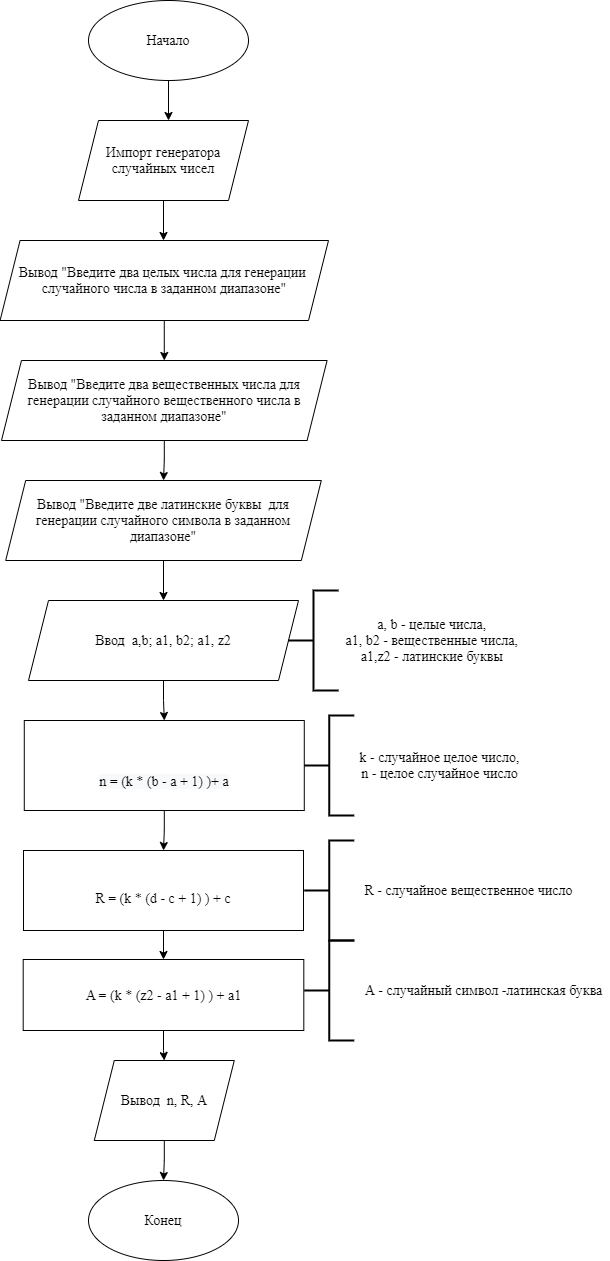
Above: DZ4.png in EkaterinaVrublevskaia/AlgorithmPython- (draw.io), before the change. Source tidied: cells renumbered, new cells last; positions are measured from the earlier drawing's top-left corner, leaving out a move shared by most shapes.
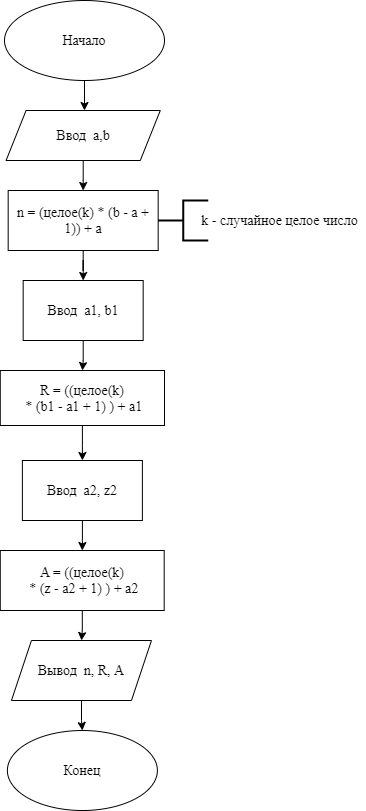
The same file after the commit.

Diff of the diagram source:
```diff
@@ -4,97 +4,64 @@
     <mxCell id="1" parent="0" />
     <mxCell id="2" style="edgeStyle=orthogonalEdgeStyle;rounded=0;jettySize=auto;html=1;fontFamily=Times New Roman;fontSize=14;" parent="1" edge="1" source="3">
       <mxGeometry relative="1" as="geometry">
-        <mxPoint x="168" y="120" as="targetPoint" />
+        <mxPoint x="168" y="110" as="targetPoint" />
       </mxGeometry>
     </mxCell>
     <mxCell id="3" value="&lt;font face=&quot;Times New Roman&quot; style=&quot;font-size: 14px&quot;&gt;Начало&lt;/font&gt;" style="ellipse;whiteSpace=wrap;html=1;fontFamily=Times New Roman;fontSize=14;" parent="1" vertex="1">
       <mxGeometry x="88" width="160" height="80" as="geometry" />
     </mxCell>
-    <mxCell id="4" style="edgeStyle=orthogonalEdgeStyle;rounded=0;jettySize=auto;html=1;fontFamily=Times New Roman;fontSize=14;" parent="1" edge="1" source="5">
-      <mxGeometry relative="1" as="geometry">
-        <mxPoint x="163" y="240" as="targetPoint" />
-      </mxGeometry>
-    </mxCell>
-    <mxCell id="5" value="Импорт генератора случайных чисел" style="shape=parallelogram;perimeter=parallelogramPerimeter;whiteSpace=wrap;html=1;fixedSize=1;fontFamily=Times New Roman;fontSize=14;" parent="1" vertex="1">
-      <mxGeometry x="78" y="120" width="170" height="80" as="geometry" />
-    </mxCell>
-    <mxCell id="6" style="edgeStyle=orthogonalEdgeStyle;rounded=0;jettySize=auto;html=1;fontFamily=Times New Roman;fontSize=14;" parent="1" edge="1" source="7" target="12">
-      <mxGeometry relative="1" as="geometry" />
-    </mxCell>
-    <mxCell id="7" value="Ввод&amp;nbsp; a,b; a1, b2; a1, z2" style="shape=parallelogram;perimeter=parallelogramPerimeter;whiteSpace=wrap;html=1;fixedSize=1;fontFamily=Times New Roman;fontSize=14;" parent="1" vertex="1">
-      <mxGeometry x="28" y="600" width="270" height="80" as="geometry" />
-    </mxCell>
     <mxCell id="8" style="edgeStyle=orthogonalEdgeStyle;rounded=0;jettySize=auto;html=1;entryX=0.5;entryY=0;entryDx=0;entryDy=0;fontFamily=Times New Roman;fontSize=14;" parent="1" edge="1" source="9" target="10">
       <mxGeometry relative="1" as="geometry" />
     </mxCell>
     <mxCell id="9" value="Вывод&amp;nbsp; n, R, A" style="shape=parallelogram;perimeter=parallelogramPerimeter;whiteSpace=wrap;html=1;fixedSize=1;fontFamily=Times New Roman;fontSize=14;" parent="1" vertex="1">
-      <mxGeometry x="93.8" y="1060" width="140" height="80" as="geometry" />
+      <mxGeometry x="94.9" y="640" width="140" height="60" as="geometry" />
     </mxCell>
     <mxCell id="10" value="Конец" style="ellipse;whiteSpace=wrap;html=1;fontFamily=Times New Roman;fontSize=14;" parent="1" vertex="1">
-      <mxGeometry x="88" y="1180" width="150" height="80" as="geometry" />
+      <mxGeometry x="90.9" y="730" width="150" height="80" as="geometry" />
     </mxCell>
-    <mxCell id="11" style="edgeStyle=orthogonalEdgeStyle;rounded=0;jettySize=auto;html=1;fontFamily=Times New Roman;fontSize=14;" parent="1" edge="1" source="12" target="20">
-      <mxGeometry relative="1" as="geometry" />
-    </mxCell>
-    <mxCell id="12" value="&lt;br&gt;&lt;br&gt;&lt;span style=&quot;color: rgb(0 , 0 , 0) ; font-family: &amp;#34;times new roman&amp;#34; ; font-size: 14px ; font-style: normal ; font-weight: 400 ; letter-spacing: normal ; text-align: center ; text-indent: 0px ; text-transform: none ; word-spacing: 0px ; background-color: rgb(248 , 249 , 250) ; display: inline ; float: none&quot;&gt;n =&amp;nbsp;(k * (b - a + 1) )+ a&lt;/span&gt;&lt;br&gt;" style="rounded=0;whiteSpace=wrap;html=1;fontFamily=Times New Roman;fontSize=14;" parent="1" vertex="1">
-      <mxGeometry x="23.8" y="720" width="280" height="90" as="geometry" />
-    </mxCell>
-    <mxCell id="13" style="edgeStyle=orthogonalEdgeStyle;rounded=0;jettySize=auto;html=1;fontFamily=Times New Roman;fontSize=14;" parent="1" edge="1" source="14" target="16">
-      <mxGeometry relative="1" as="geometry" />
-    </mxCell>
+    <mxCell id="32" style="edgeStyle=orthogonalEdgeStyle;rounded=0;jettySize=auto;html=1;" parent="1" edge="1" source="14" target="34">
+      <mxGeometry relative="1" as="geometry" />
+    </mxCell>
-    <mxCell id="14" value="Вывод &quot;Введите два целых числа для генерации&amp;nbsp; случайного числа в заданном диапазоне&quot;" style="shape=parallelogram;perimeter=parallelogramPerimeter;whiteSpace=wrap;html=1;fixedSize=1;fontFamily=Times New Roman;fontSize=14;" parent="1" vertex="1">
-      <mxGeometry x="-0.4" y="240" width="328.4" height="80" as="geometry" />
+    <mxCell id="14" value="&lt;span style=&quot;font-family: &amp;#34;times new roman&amp;#34;&quot;&gt;Ввод&amp;nbsp; a,b&lt;/span&gt;" style="shape=parallelogram;perimeter=parallelogramPerimeter;whiteSpace=wrap;html=1;fixedSize=1;fontFamily=Times New Roman;fontSize=14;" parent="1" vertex="1">
+      <mxGeometry x="89.6" y="110" width="154.2" height="50" as="geometry" />
     </mxCell>
-    <mxCell id="15" style="edgeStyle=orthogonalEdgeStyle;rounded=0;jettySize=auto;html=1;fontFamily=Times New Roman;fontSize=14;" parent="1" edge="1" source="16" target="18">
-      <mxGeometry relative="1" as="geometry" />
-    </mxCell>
-    <mxCell id="16" value="Вывод &quot;Введите два вещественных числа для генерации&amp;nbsp;случайного вещественного числа в заданном диапазоне&quot;" style="shape=parallelogram;perimeter=parallelogramPerimeter;whiteSpace=wrap;html=1;fixedSize=1;fontFamily=Times New Roman;fontSize=14;" parent="1" vertex="1">
-      <mxGeometry x="1" y="360" width="325.6" height="80" as="geometry" />
-    </mxCell>
-    <mxCell id="17" style="edgeStyle=orthogonalEdgeStyle;rounded=0;jettySize=auto;html=1;fontFamily=Times New Roman;fontSize=14;" parent="1" edge="1" source="18" target="7">
-      <mxGeometry relative="1" as="geometry" />
-    </mxCell>
-    <mxCell id="18" value="Вывод &quot;Введите две латинские буквы&amp;nbsp; для генерации случайного символа в заданном диапазоне&quot;" style="shape=parallelogram;perimeter=parallelogramPerimeter;whiteSpace=wrap;html=1;fixedSize=1;fontFamily=Times New Roman;fontSize=14;" parent="1" vertex="1">
-      <mxGeometry x="5.2" y="480" width="315.6" height="80" as="geometry" />
-    </mxCell>
-    <mxCell id="19" style="edgeStyle=orthogonalEdgeStyle;rounded=0;jettySize=auto;html=1;fontFamily=Times New Roman;fontSize=14;" parent="1" edge="1" source="20" target="22">
-      <mxGeometry relative="1" as="geometry" />
-    </mxCell>
-    <mxCell id="20" value="&lt;br&gt;&lt;font face=&quot;Times New Roman&quot; style=&quot;font-size: 12px&quot;&gt;&lt;span style=&quot;font-size: 14px&quot;&gt;R =&amp;nbsp;(k *&amp;nbsp;&lt;/span&gt;&lt;/font&gt;&lt;span style=&quot;font-family: &amp;#34;times new roman&amp;#34;&quot;&gt;(d - c + 1) ) + c&lt;/span&gt;" style="rounded=0;whiteSpace=wrap;html=1;fontFamily=Times New Roman;fontSize=14;" parent="1" vertex="1">
-      <mxGeometry x="23" y="850" width="280" height="80" as="geometry" />
-    </mxCell>
-    <mxCell id="21" style="edgeStyle=orthogonalEdgeStyle;rounded=0;jettySize=auto;html=1;fontFamily=Times New Roman;fontSize=14;" parent="1" edge="1" source="22" target="9">
+    <mxCell id="21" style="edgeStyle=orthogonalEdgeStyle;rounded=0;jettySize=auto;html=1;" parent="1" edge="1" source="22" target="9">
       <mxGeometry relative="1" as="geometry" />
     </mxCell>
-    <mxCell id="22" value="&lt;span style=&quot;font-family: &amp;#34;times new roman&amp;#34;&quot;&gt;A&amp;nbsp;&lt;/span&gt;&lt;span&gt;=&amp;nbsp;(k * (z2 - a1 + 1) )&amp;nbsp;&lt;/span&gt;&lt;span&gt;+ a1&lt;/span&gt;&lt;span&gt;&lt;br&gt;&lt;/span&gt;" style="rounded=0;whiteSpace=wrap;html=1;fontFamily=Times New Roman;fontSize=14;" parent="1" vertex="1">
-      <mxGeometry x="22.7" y="959" width="280.6" height="71" as="geometry" />
+    <mxCell id="22" value="&lt;span style=&quot;font-family: &amp;#34;times new roman&amp;#34;&quot;&gt;A&amp;nbsp;&lt;/span&gt;&lt;span&gt;=&amp;nbsp;(&lt;/span&gt;&lt;span style=&quot;font-family: &amp;#34;times new roman&amp;#34;&quot;&gt;(целое(k)&lt;/span&gt;&lt;span&gt;&lt;br&gt;&amp;nbsp;* (z - a2 + 1) )&amp;nbsp;&lt;/span&gt;&lt;span&gt;+ a2&lt;/span&gt;&lt;span&gt;&lt;br&gt;&lt;/span&gt;" style="rounded=0;whiteSpace=wrap;html=1;fontFamily=Times New Roman;fontSize=14;" parent="1" vertex="1">
+      <mxGeometry x="83.8" y="550" width="163.9" height="60" as="geometry" />
     </mxCell>
-    <mxCell id="23" style="edgeStyle=orthogonalEdgeStyle;rounded=0;jettySize=auto;html=1;exitX=0;exitY=0.5;exitDx=0;exitDy=0;exitPerimeter=0;entryX=1;entryY=0.5;entryDx=0;entryDy=0;fontFamily=Times New Roman;fontSize=14;" parent="1" edge="1" source="24" target="12">
-      <mxGeometry relative="1" as="geometry" />
-    </mxCell>
-    <mxCell id="24" style="strokeWidth=2;html=1;shape=mxgraph.flowchart.annotation_2;align=left;labelPosition=right;fontFamily=Times New Roman;fontSize=14;" parent="1" vertex="1">
-      <mxGeometry x="303.8" y="715" width="50" height="100" as="geometry" />
-    </mxCell>
-    <mxCell id="25" value="k - случайное целое число,&lt;br&gt;n - целое случайное число" style="text;html=1;align=center;verticalAlign=middle;strokeColor=none;fillColor=none;fontSize=14;fontFamily=Times New Roman;" parent="1" vertex="1">
-      <mxGeometry x="348.8" y="745" width="180" height="40" as="geometry" />
-    </mxCell>
-    <mxCell id="26" style="strokeWidth=2;html=1;shape=mxgraph.flowchart.annotation_2;align=left;labelPosition=right;fontFamily=Times New Roman;fontSize=14;" parent="1" vertex="1">
-      <mxGeometry x="288" y="590" width="50" height="100" as="geometry" />
-    </mxCell>
-    <mxCell id="27" value="a, b - целые числа, &lt;br&gt;a1, b2 - вещественные числа, &lt;br&gt;a1,z2 - латинские буквы&amp;nbsp;" style="text;html=1;align=center;verticalAlign=middle;strokeColor=none;fillColor=none;fontSize=14;fontFamily=Times New Roman;" parent="1" vertex="1">
-      <mxGeometry x="338" y="610" width="190" height="60" as="geometry" />
-    </mxCell>
-    <mxCell id="28" style="strokeWidth=2;html=1;shape=mxgraph.flowchart.annotation_2;align=left;labelPosition=right;fontFamily=Times New Roman;fontSize=14;" parent="1" vertex="1">
-      <mxGeometry x="303.8" y="840" width="50" height="100" as="geometry" />
-    </mxCell>
-    <mxCell id="29" value="R - случайное вещественное число" style="text;html=1;align=center;verticalAlign=middle;strokeColor=none;fillColor=none;fontSize=14;fontFamily=Times New Roman;" parent="1" vertex="1">
-      <mxGeometry x="358" y="880" width="220" height="20" as="geometry" />
-    </mxCell>
-    <mxCell id="30" style="strokeWidth=2;html=1;shape=mxgraph.flowchart.annotation_2;align=left;labelPosition=right;fontFamily=Times New Roman;fontSize=14;" parent="1" vertex="1">
-      <mxGeometry x="303.8" y="940" width="50" height="100" as="geometry" />
-    </mxCell>
-    <mxCell id="31" value="A - случайный символ -латинская буква" style="text;html=1;align=center;verticalAlign=middle;strokeColor=none;fillColor=none;fontSize=14;fontFamily=Times New Roman;" parent="1" vertex="1">
-      <mxGeometry x="358" y="980" width="250" height="20" as="geometry" />
-    </mxCell>
+    <mxCell id="33" style="edgeStyle=orthogonalEdgeStyle;rounded=0;jettySize=auto;html=1;" parent="1" edge="1" source="34">
+      <mxGeometry relative="1" as="geometry">
+        <mxPoint x="166.7" y="280" as="targetPoint" />
+      </mxGeometry>
+    </mxCell>
+    <mxCell id="34" value="&lt;span style=&quot;font-size: 14px ; font-family: &amp;#34;times new roman&amp;#34;&quot;&gt;n =&amp;nbsp;(целое(k) * (b - a + 1)) + a&lt;/span&gt;" style="rounded=0;whiteSpace=wrap;html=1;" parent="1" vertex="1">
+      <mxGeometry x="91.7" y="190" width="150" height="60" as="geometry" />
+    </mxCell>
+    <mxCell id="35" style="strokeWidth=2;html=1;shape=mxgraph.flowchart.annotation_2;align=left;labelPosition=right;fontFamily=Times New Roman;fontSize=14;" parent="1" vertex="1">
+      <mxGeometry x="241.7" y="200" width="50" height="40" as="geometry" />
+    </mxCell>
+    <mxCell id="36" value="k - случайное целое число" style="text;html=1;align=center;verticalAlign=middle;strokeColor=none;fillColor=none;fontSize=14;fontFamily=Times New Roman;" parent="1" vertex="1">
+      <mxGeometry x="278" y="210" width="170" height="20" as="geometry" />
+    </mxCell>
+    <mxCell id="37" style="edgeStyle=orthogonalEdgeStyle;rounded=0;jettySize=auto;html=1;" parent="1" edge="1" source="38" target="42">
+      <mxGeometry relative="1" as="geometry" />
+    </mxCell>
+    <mxCell id="38" value="&lt;font face=&quot;Times New Roman&quot; style=&quot;font-size: 12px&quot;&gt;&lt;span style=&quot;font-size: 14px&quot;&gt;R =&amp;nbsp;(&lt;/span&gt;&lt;/font&gt;&lt;span style=&quot;font-family: &amp;#34;times new roman&amp;#34;&quot;&gt;(целое(k)&lt;/span&gt;&lt;font face=&quot;Times New Roman&quot; style=&quot;font-size: 12px&quot;&gt;&lt;span style=&quot;font-size: 14px&quot;&gt;&lt;br&gt;&amp;nbsp;*&amp;nbsp;&lt;/span&gt;&lt;/font&gt;&lt;span style=&quot;font-family: &amp;#34;times new roman&amp;#34;&quot;&gt;(b1 - a1 + 1) ) + a1&lt;/span&gt;" style="rounded=0;whiteSpace=wrap;html=1;fontFamily=Times New Roman;fontSize=14;" parent="1" vertex="1">
+      <mxGeometry x="83.8" y="370" width="164.2" height="55" as="geometry" />
+    </mxCell>
+    <mxCell id="39" style="edgeStyle=orthogonalEdgeStyle;rounded=0;jettySize=auto;html=1;" parent="1" edge="1" source="40" target="38">
+      <mxGeometry relative="1" as="geometry" />
+    </mxCell>
+    <mxCell id="40" value="&lt;span style=&quot;font-family: &amp;#34;times new roman&amp;#34; ; font-size: 14px&quot;&gt;Ввод&amp;nbsp;&amp;nbsp;&lt;/span&gt;&lt;span style=&quot;font-family: &amp;#34;times new roman&amp;#34; ; font-size: 14px&quot;&gt;a1, b1&lt;/span&gt;" style="rounded=0;whiteSpace=wrap;html=1;" parent="1" vertex="1">
+      <mxGeometry x="106.7" y="280" width="120" height="60" as="geometry" />
+    </mxCell>
+    <mxCell id="41" style="edgeStyle=orthogonalEdgeStyle;rounded=0;jettySize=auto;html=1;" parent="1" edge="1" source="42" target="22">
+      <mxGeometry relative="1" as="geometry" />
+    </mxCell>
+    <mxCell id="42" value="&lt;span style=&quot;font-family: &amp;#34;times new roman&amp;#34; ; font-size: 14px&quot;&gt;Ввод&amp;nbsp;&amp;nbsp;&lt;/span&gt;&lt;span style=&quot;font-family: &amp;#34;times new roman&amp;#34; ; font-size: 14px&quot;&gt;a2, z2&lt;/span&gt;" style="rounded=0;whiteSpace=wrap;html=1;" parent="1" vertex="1">
+      <mxGeometry x="105.9" y="460" width="120" height="60" as="geometry" />
+    </mxCell>
   </root>
 </mxGraphModel>
```
